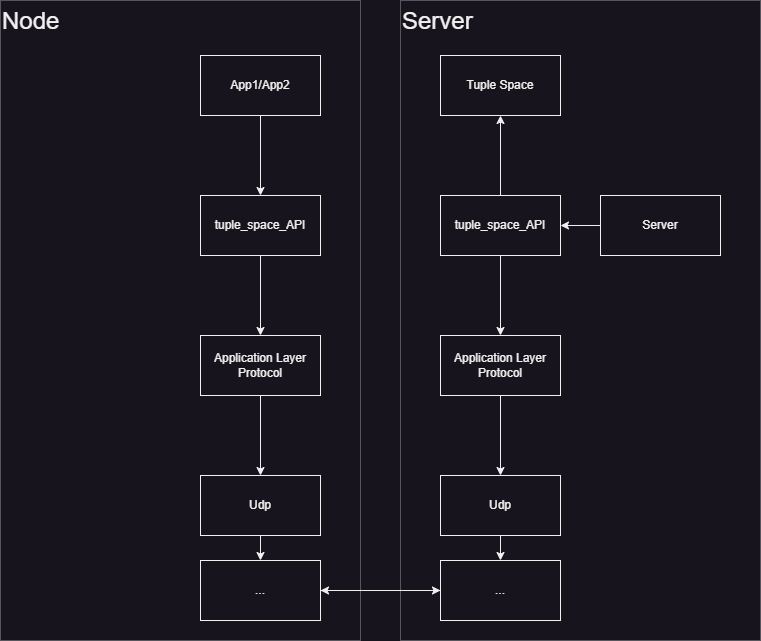
Earlier version of the draw.io export Dependency_diagram.png (Sulik-git/psir-project). Source tidied: cells renumbered, new cells last; positions are measured from the earlier drawing's top-left corner, leaving out a move shared by most shapes.
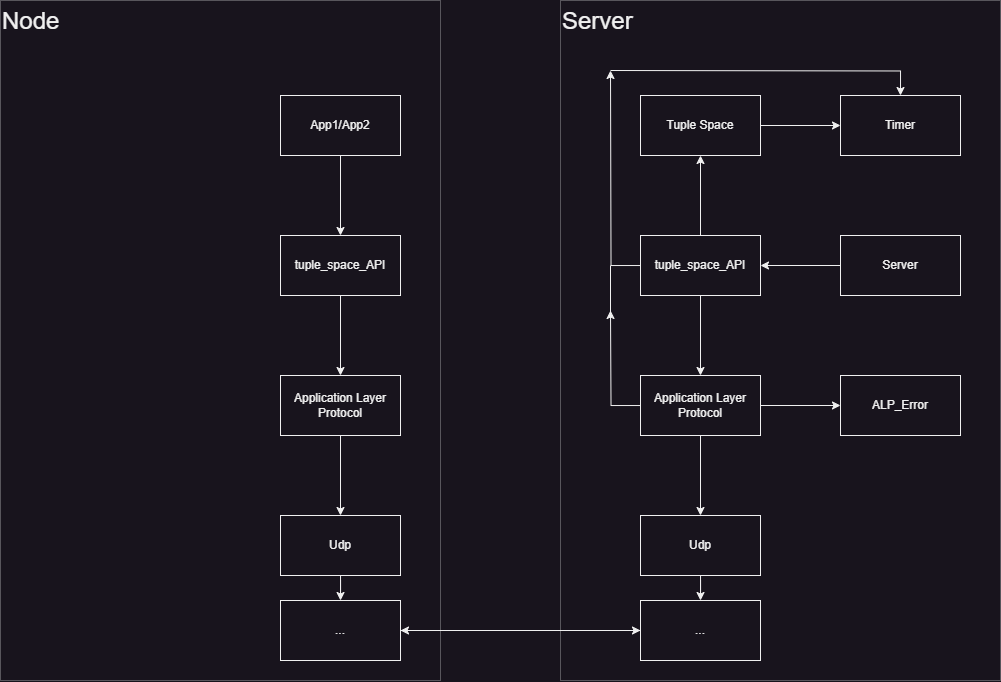
Later version of the same file.

Commit message:
Renamed timer to print_with_time and added new Dependency diagram

Change to the diagram source:
```diff
@@ -3,16 +3,16 @@
     <mxCell id="0" />
     <mxCell id="1" parent="0" />
     <mxCell id="2" value="&lt;font style=&quot;font-size: 24px;&quot;&gt;Node&lt;/font&gt;" style="rounded=0;whiteSpace=wrap;html=1;opacity=30;align=left;horizontal=1;verticalAlign=top;shadow=0;" parent="1" vertex="1">
-      <mxGeometry width="360" height="640" as="geometry" />
+      <mxGeometry x="-160" y="-40" width="440" height="680" as="geometry" />
     </mxCell>
     <mxCell id="3" value="&lt;font style=&quot;font-size: 24px;&quot;&gt;Server&lt;/font&gt;" style="rounded=0;whiteSpace=wrap;html=1;opacity=30;align=left;verticalAlign=top;" parent="1" vertex="1">
-      <mxGeometry x="400" width="360" height="640" as="geometry" />
+      <mxGeometry x="400" y="-40" width="440" height="680" as="geometry" />
     </mxCell>
     <mxCell id="4" style="edgeStyle=orthogonalEdgeStyle;rounded=0;jettySize=auto;html=1;" parent="1" edge="1" source="5" target="10">
       <mxGeometry relative="1" as="geometry" />
     </mxCell>
     <mxCell id="5" value="tuple_space_API" style="rounded=0;whiteSpace=wrap;html=1;" parent="1" vertex="1">
-      <mxGeometry x="200" y="195" width="120" height="60" as="geometry" />
+      <mxGeometry x="120" y="195" width="120" height="60" as="geometry" />
     </mxCell>
     <mxCell id="6" style="edgeStyle=orthogonalEdgeStyle;rounded=0;jettySize=auto;html=1;" parent="1" edge="1" source="8" target="20">
       <mxGeometry relative="1" as="geometry" />
@@ -20,59 +20,92 @@
     <mxCell id="7" style="edgeStyle=orthogonalEdgeStyle;rounded=0;jettySize=auto;html=1;" parent="1" edge="1" source="8" target="21">
       <mxGeometry relative="1" as="geometry" />
     </mxCell>
+    <mxCell id="26" style="edgeStyle=orthogonalEdgeStyle;rounded=0;jettySize=auto;html=1;" parent="1" edge="1" source="8">
+      <mxGeometry relative="1" as="geometry">
+        <mxPoint x="450" y="30" as="targetPoint" />
+      </mxGeometry>
+    </mxCell>
     <mxCell id="8" value="tuple_space_API" style="rounded=0;whiteSpace=wrap;html=1;" parent="1" vertex="1">
-      <mxGeometry x="440" y="195" width="120" height="60" as="geometry" />
+      <mxGeometry x="480" y="195" width="120" height="60" as="geometry" />
     </mxCell>
     <mxCell id="9" style="edgeStyle=orthogonalEdgeStyle;rounded=0;jettySize=auto;html=1;" parent="1" edge="1" source="10" target="12">
       <mxGeometry relative="1" as="geometry" />
     </mxCell>
     <mxCell id="10" value="Application Layer Protocol" style="whiteSpace=wrap;html=1;rounded=0;" parent="1" vertex="1">
-      <mxGeometry x="200" y="335" width="120" height="60" as="geometry" />
+      <mxGeometry x="120" y="335" width="120" height="60" as="geometry" />
     </mxCell>
     <mxCell id="11" style="edgeStyle=orthogonalEdgeStyle;rounded=0;jettySize=auto;html=1;" parent="1" edge="1" source="12" target="14">
       <mxGeometry relative="1" as="geometry" />
     </mxCell>
     <mxCell id="12" value="Udp" style="whiteSpace=wrap;html=1;rounded=0;" parent="1" vertex="1">
-      <mxGeometry x="200" y="475" width="120" height="60" as="geometry" />
+      <mxGeometry x="120" y="475" width="120" height="60" as="geometry" />
     </mxCell>
     <mxCell id="13" style="edgeStyle=orthogonalEdgeStyle;rounded=0;jettySize=auto;html=1;" parent="1" edge="1" source="14" target="16">
       <mxGeometry relative="1" as="geometry" />
     </mxCell>
     <mxCell id="14" value="..." style="whiteSpace=wrap;html=1;rounded=0;" parent="1" vertex="1">
-      <mxGeometry x="200" y="560" width="120" height="60" as="geometry" />
+      <mxGeometry x="120" y="560" width="120" height="60" as="geometry" />
     </mxCell>
     <mxCell id="15" style="edgeStyle=orthogonalEdgeStyle;rounded=0;jettySize=auto;html=1;entryX=1;entryY=0.5;entryDx=0;entryDy=0;" parent="1" edge="1" source="16" target="14">
       <mxGeometry relative="1" as="geometry" />
     </mxCell>
     <mxCell id="16" value="..." style="whiteSpace=wrap;html=1;rounded=0;" parent="1" vertex="1">
-      <mxGeometry x="440" y="560" width="120" height="60" as="geometry" />
+      <mxGeometry x="480" y="560" width="120" height="60" as="geometry" />
     </mxCell>
     <mxCell id="17" style="edgeStyle=orthogonalEdgeStyle;rounded=0;jettySize=auto;html=1;" parent="1" edge="1" source="18" target="16">
       <mxGeometry relative="1" as="geometry" />
     </mxCell>
     <mxCell id="18" value="Udp" style="whiteSpace=wrap;html=1;rounded=0;" parent="1" vertex="1">
-      <mxGeometry x="440" y="475" width="120" height="60" as="geometry" />
+      <mxGeometry x="480" y="475" width="120" height="60" as="geometry" />
     </mxCell>
     <mxCell id="19" style="edgeStyle=orthogonalEdgeStyle;rounded=0;jettySize=auto;html=1;" parent="1" edge="1" source="20" target="18">
       <mxGeometry relative="1" as="geometry" />
     </mxCell>
+    <mxCell id="27" style="edgeStyle=orthogonalEdgeStyle;rounded=0;jettySize=auto;html=1;" parent="1" edge="1" source="20" target="30">
+      <mxGeometry relative="1" as="geometry" />
+    </mxCell>
+    <mxCell id="28" style="edgeStyle=orthogonalEdgeStyle;rounded=0;jettySize=auto;html=1;" parent="1" edge="1" source="20">
+      <mxGeometry relative="1" as="geometry">
+        <mxPoint x="450" y="270" as="targetPoint" />
+      </mxGeometry>
+    </mxCell>
     <mxCell id="20" value="Application Layer Protocol" style="whiteSpace=wrap;html=1;rounded=0;" parent="1" vertex="1">
-      <mxGeometry x="440" y="335" width="120" height="60" as="geometry" />
+      <mxGeometry x="480" y="335" width="120" height="60" as="geometry" />
     </mxCell>
+    <mxCell id="29" style="edgeStyle=orthogonalEdgeStyle;rounded=0;jettySize=auto;html=1;" parent="1" edge="1" source="21" target="31">
+      <mxGeometry relative="1" as="geometry" />
+    </mxCell>
     <mxCell id="21" value="Tuple Space" style="whiteSpace=wrap;html=1;rounded=0;" parent="1" vertex="1">
-      <mxGeometry x="440" y="55" width="120" height="60" as="geometry" />
+      <mxGeometry x="480" y="55" width="120" height="60" as="geometry" />
     </mxCell>
     <mxCell id="22" style="edgeStyle=orthogonalEdgeStyle;rounded=0;jettySize=auto;html=1;" parent="1" edge="1" source="23" target="5">
       <mxGeometry relative="1" as="geometry" />
     </mxCell>
     <mxCell id="23" value="App1/App2" style="whiteSpace=wrap;html=1;rounded=0;" parent="1" vertex="1">
-      <mxGeometry x="200" y="55" width="120" height="60" as="geometry" />
+      <mxGeometry x="120" y="55" width="120" height="60" as="geometry" />
     </mxCell>
     <mxCell id="24" style="edgeStyle=orthogonalEdgeStyle;rounded=0;jettySize=auto;html=1;" parent="1" edge="1" source="25" target="8">
       <mxGeometry relative="1" as="geometry" />
     </mxCell>
     <mxCell id="25" value="Server" style="whiteSpace=wrap;html=1;rounded=0;" parent="1" vertex="1">
-      <mxGeometry x="600" y="195" width="120" height="60" as="geometry" />
+      <mxGeometry x="680" y="195" width="120" height="60" as="geometry" />
     </mxCell>
+    <mxCell id="30" value="ALP_Error" style="whiteSpace=wrap;html=1;rounded=0;" parent="1" vertex="1">
+      <mxGeometry x="680" y="335" width="120" height="60" as="geometry" />
+    </mxCell>
+    <mxCell id="31" value="Timer" style="rounded=0;whiteSpace=wrap;html=1;" parent="1" vertex="1">
+      <mxGeometry x="680" y="55" width="120" height="60" as="geometry" />
+    </mxCell>
+    <mxCell id="32" style="edgeStyle=orthogonalEdgeStyle;rounded=0;jettySize=auto;html=1;entryX=0.5;entryY=0;entryDx=0;entryDy=0;" parent="1" edge="1" target="31">
+      <mxGeometry relative="1" as="geometry">
+        <mxPoint x="450" y="30" as="sourcePoint" />
+      </mxGeometry>
+    </mxCell>
+    <mxCell id="33" style="endArrow=none;html=1;rounded=0;" parent="1" edge="1">
+      <mxGeometry relative="1" as="geometry">
+        <mxPoint x="450" y="275" as="sourcePoint" />
+        <mxPoint x="450" y="225" as="targetPoint" />
+      </mxGeometry>
+    </mxCell>
   </root>
 </mxGraphModel>
```
